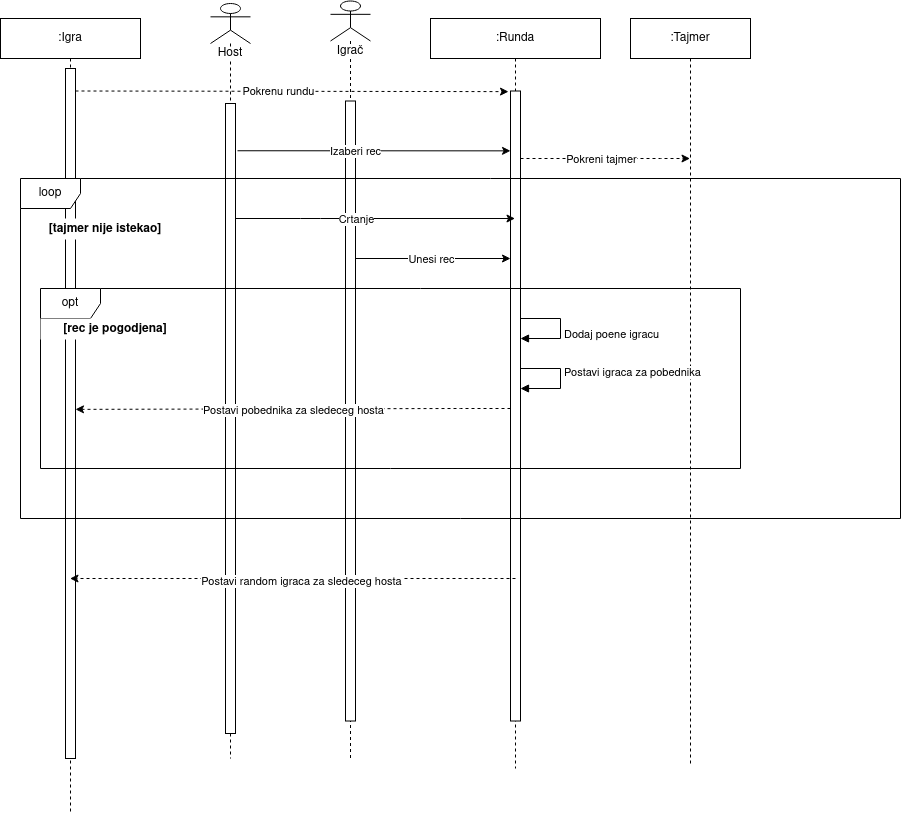
Before: specifikacija/Igranje_runde.drawio.png, a diagram exported from draw.io (JelenaBondzic/GuessMyDrawing). Source tidied: cells renumbered, new cells last; positions are measured from the earlier drawing's top-left corner, leaving out a move shared by most shapes. Its diagram source:
```xml
<mxGraphModel>
  <root>
    <mxCell id="0" />
    <mxCell id="1" parent="0" />
    <mxCell id="2" value="&lt;span style=&quot;background-color: rgb(255 , 255 , 255)&quot;&gt;Igrač&lt;/span&gt;" style="shape=umlLifeline;participant=umlActor;perimeter=lifelinePerimeter;whiteSpace=wrap;html=1;verticalAlign=top;spacingTop=36;" parent="1" vertex="1">
      <mxGeometry x="330" y="0.5" width="40" height="760" as="geometry" />
    </mxCell>
    <mxCell id="3" style="html=1;points=[];perimeter=orthogonalPerimeter;" parent="2" vertex="1">
      <mxGeometry x="15" y="100" width="10" height="620" as="geometry" />
    </mxCell>
    <mxCell id="4" value=":Runda" style="shape=umlLifeline;perimeter=lifelinePerimeter;whiteSpace=wrap;html=1;outlineConnect=0;size=40;" parent="1" vertex="1">
      <mxGeometry x="430" y="18" width="170" height="750" as="geometry" />
    </mxCell>
    <mxCell id="5" value="&lt;span style=&quot;background-color: rgb(255 , 255 , 255)&quot;&gt;Host&lt;/span&gt;" style="shape=umlLifeline;participant=umlActor;perimeter=lifelinePerimeter;whiteSpace=wrap;html=1;verticalAlign=top;spacingTop=36;" parent="1" vertex="1">
      <mxGeometry x="210" y="3" width="40" height="755" as="geometry" />
    </mxCell>
    <mxCell id="6" style="html=1;points=[];perimeter=orthogonalPerimeter;" parent="5" vertex="1">
      <mxGeometry x="15" y="100" width="10" height="630" as="geometry" />
    </mxCell>
    <mxCell id="7" style="endArrow=classic;html=1;rounded=0;exitX=1.2;exitY=0.075;exitDx=0;exitDy=0;exitPerimeter=0;entryX=0;entryY=0.095;entryDx=0;entryDy=0;entryPerimeter=0;" parent="1" edge="1" source="6" target="15">
      <mxGeometry relative="1" as="geometry" />
    </mxCell>
    <mxCell id="8" value="Izaberi rec" style="edgeLabel;html=1;align=center;verticalAlign=middle;" parent="7" vertex="1">
      <mxGeometry x="-0.36" relative="1" as="geometry">
        <mxPoint x="31" as="offset" />
      </mxGeometry>
    </mxCell>
    <mxCell id="9" value=":Tajmer" style="shape=umlLifeline;perimeter=lifelinePerimeter;whiteSpace=wrap;html=1;outlineConnect=0;size=40;" parent="1" vertex="1">
      <mxGeometry x="630" y="18" width="120" height="745" as="geometry" />
    </mxCell>
    <mxCell id="10" style="endArrow=classic;html=1;rounded=0;startArrow=none;dashed=1;" parent="1" edge="1" source="15" target="9">
      <mxGeometry relative="1" as="geometry">
        <Array as="points">
          <mxPoint x="520" y="158" />
          <mxPoint x="660" y="158" />
        </Array>
      </mxGeometry>
    </mxCell>
    <mxCell id="11" value=":Igra" style="shape=umlLifeline;perimeter=lifelinePerimeter;whiteSpace=wrap;html=1;outlineConnect=0;size=40;" parent="1" vertex="1">
      <mxGeometry y="18" width="140" height="795" as="geometry" />
    </mxCell>
    <mxCell id="12" style="html=1;points=[];perimeter=orthogonalPerimeter;" parent="11" vertex="1">
      <mxGeometry x="65" y="50" width="10" height="690" as="geometry" />
    </mxCell>
    <mxCell id="13" style="endArrow=classic;html=1;rounded=0;exitX=1.2;exitY=0.075;exitDx=0;exitDy=0;exitPerimeter=0;entryX=-0.2;entryY=0.001;entryDx=0;entryDy=0;entryPerimeter=0;dashed=1;" parent="11" edge="1" target="15">
      <mxGeometry relative="1" as="geometry">
        <mxPoint x="75" y="72.5" as="sourcePoint" />
      </mxGeometry>
    </mxCell>
    <mxCell id="14" value="Pokrenu rundu" style="edgeLabel;html=1;align=center;verticalAlign=middle;" parent="13" vertex="1">
      <mxGeometry x="-0.36" relative="1" as="geometry">
        <mxPoint x="65" as="offset" />
      </mxGeometry>
    </mxCell>
    <mxCell id="15" style="html=1;points=[];perimeter=orthogonalPerimeter;" parent="1" vertex="1">
      <mxGeometry x="510" y="90.5" width="10" height="630" as="geometry" />
    </mxCell>
    <mxCell id="16" style="endArrow=none;html=1;rounded=0;" parent="1" edge="1" source="4" target="15">
      <mxGeometry relative="1" as="geometry" />
    </mxCell>
    <mxCell id="17" value="Pokreni tajmer" style="edgeLabel;html=1;align=center;verticalAlign=middle;" parent="16" vertex="1">
      <mxGeometry x="-0.36" relative="1" as="geometry">
        <mxPoint x="86" y="68" as="offset" />
      </mxGeometry>
    </mxCell>
    <mxCell id="18" value="loop" style="shape=umlFrame;whiteSpace=wrap;html=1;" parent="1" vertex="1">
      <mxGeometry x="20" y="178" width="880" height="340" as="geometry" />
    </mxCell>
    <mxCell id="19" value="&lt;b&gt;[tajmer nije istekao]&lt;/b&gt;" style="text;html=1;align=center;verticalAlign=middle;whiteSpace=wrap;rounded=0;fillColor=default;" parent="1" vertex="1">
      <mxGeometry x="30" y="218" width="150" height="21" as="geometry" />
    </mxCell>
    <mxCell id="20" style="endArrow=classic;html=1;rounded=0;" parent="1" edge="1" source="6" target="4">
      <mxGeometry relative="1" as="geometry">
        <Array as="points">
          <mxPoint x="300" y="218" />
          <mxPoint x="320" y="218" />
        </Array>
      </mxGeometry>
    </mxCell>
    <mxCell id="21" value="Crtanje" style="edgeLabel;html=1;align=center;verticalAlign=middle;" parent="20" vertex="1">
      <mxGeometry x="-0.04" y="-2" relative="1" as="geometry">
        <mxPoint x="-15" y="-2" as="offset" />
      </mxGeometry>
    </mxCell>
    <mxCell id="22" style="endArrow=classic;html=1;rounded=0;" parent="1" edge="1" source="3">
      <mxGeometry relative="1" as="geometry">
        <mxPoint x="510" y="258" as="targetPoint" />
        <Array as="points">
          <mxPoint x="430" y="258" />
        </Array>
      </mxGeometry>
    </mxCell>
    <mxCell id="23" value="Unesi rec" style="edgeLabel;html=1;align=center;verticalAlign=middle;" parent="22" vertex="1">
      <mxGeometry x="0.15" y="4" relative="1" as="geometry">
        <mxPoint x="-14" y="4" as="offset" />
      </mxGeometry>
    </mxCell>
    <mxCell id="24" style="endArrow=classic;html=1;rounded=0;dashed=1;" parent="1" edge="1" target="11">
      <mxGeometry relative="1" as="geometry">
        <mxPoint x="515" y="578" as="sourcePoint" />
      </mxGeometry>
    </mxCell>
    <mxCell id="25" value="Postavi random igraca za sledeceg hosta" style="edgeLabel;html=1;align=center;verticalAlign=middle;" parent="24" vertex="1">
      <mxGeometry x="-0.1" y="2" relative="1" as="geometry">
        <mxPoint x="-14" as="offset" />
      </mxGeometry>
    </mxCell>
    <mxCell id="26" value="opt" style="shape=umlFrame;whiteSpace=wrap;html=1;" parent="1" vertex="1">
      <mxGeometry x="40" y="288" width="700" height="180" as="geometry" />
    </mxCell>
    <mxCell id="27" value="&lt;b&gt;[rec je pogodjena]&lt;/b&gt;" style="text;html=1;align=center;verticalAlign=middle;whiteSpace=wrap;rounded=0;fillColor=default;" parent="1" vertex="1">
      <mxGeometry x="40" y="318" width="150" height="21" as="geometry" />
    </mxCell>
    <mxCell id="28" value="&lt;br&gt;Dodaj poene igracu" style="edgeStyle=orthogonalEdgeStyle;html=1;align=left;spacingLeft=2;endArrow=block;rounded=0;" parent="1" edge="1">
      <mxGeometry relative="1" as="geometry">
        <mxPoint x="520" y="318" as="sourcePoint" />
        <mxPoint x="520" y="338" as="targetPoint" />
        <Array as="points">
          <mxPoint x="560" y="318" />
          <mxPoint x="560" y="338" />
        </Array>
      </mxGeometry>
    </mxCell>
    <mxCell id="29" value="Postavi igraca za pobednika" style="edgeStyle=orthogonalEdgeStyle;html=1;align=left;spacingLeft=2;endArrow=block;rounded=0;" parent="1" edge="1">
      <mxGeometry relative="1" as="geometry">
        <mxPoint x="520" y="380.5" as="sourcePoint" />
        <mxPoint x="520" y="388" as="targetPoint" />
        <Array as="points">
          <mxPoint x="520" y="368" />
          <mxPoint x="560" y="368" />
          <mxPoint x="560" y="388" />
        </Array>
      </mxGeometry>
    </mxCell>
    <mxCell id="30" style="endArrow=classic;html=1;rounded=0;dashed=1;entryX=1;entryY=0.494;entryDx=0;entryDy=0;entryPerimeter=0;" parent="1" edge="1" source="15" target="12">
      <mxGeometry relative="1" as="geometry">
        <Array as="points">
          <mxPoint x="460" y="408" />
        </Array>
      </mxGeometry>
    </mxCell>
    <mxCell id="31" value="Postavi pobednika za sledeceg hosta" style="edgeLabel;html=1;align=center;verticalAlign=middle;" parent="30" vertex="1">
      <mxGeometry y="1" relative="1" as="geometry" />
    </mxCell>
  </root>
</mxGraphModel>
```
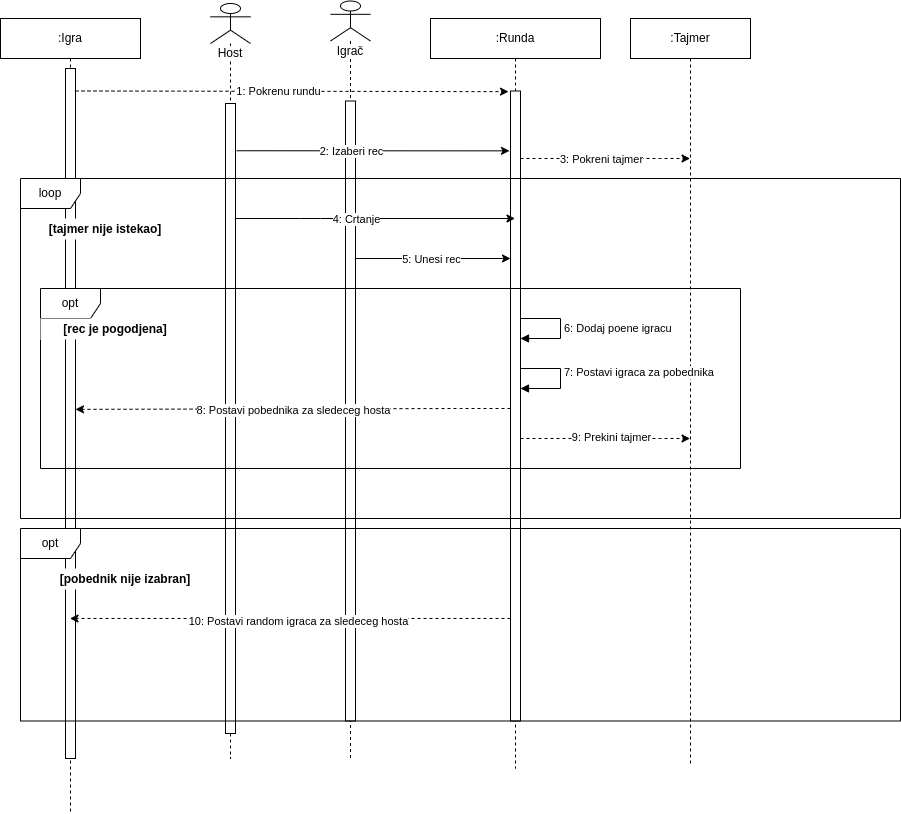
The same file after the commit.

Commit message:
Updated project specification. Updated use case diagram for playing one round.

What changed in the source:
```diff
@@ -17,12 +17,15 @@
     <mxCell id="6" style="html=1;points=[];perimeter=orthogonalPerimeter;" parent="5" vertex="1">
       <mxGeometry x="15" y="100" width="10" height="630" as="geometry" />
     </mxCell>
-    <mxCell id="7" style="endArrow=classic;html=1;rounded=0;exitX=1.2;exitY=0.075;exitDx=0;exitDy=0;exitPerimeter=0;entryX=0;entryY=0.095;entryDx=0;entryDy=0;entryPerimeter=0;" parent="1" edge="1" source="6" target="15">
-      <mxGeometry relative="1" as="geometry" />
+    <mxCell id="7" style="endArrow=classic;html=1;rounded=0;exitX=1.2;exitY=0.075;exitDx=0;exitDy=0;exitPerimeter=0;entryX=0;entryY=0.095;entryDx=0;entryDy=0;entryPerimeter=0;" parent="1" edge="1">
+      <mxGeometry relative="1" as="geometry">
+        <mxPoint x="236" y="150.2" as="sourcePoint" />
+        <mxPoint x="509" y="150.4" as="targetPoint" />
+      </mxGeometry>
     </mxCell>
-    <mxCell id="8" value="Izaberi rec" style="edgeLabel;html=1;align=center;verticalAlign=middle;" parent="7" vertex="1">
+    <mxCell id="8" value="2: Izaberi rec" style="edgeLabel;html=1;align=center;verticalAlign=middle;" parent="7" vertex="1">
       <mxGeometry x="-0.36" relative="1" as="geometry">
-        <mxPoint x="31" as="offset" />
+        <mxPoint x="28" as="offset" />
       </mxGeometry>
     </mxCell>
     <mxCell id="9" value=":Tajmer" style="shape=umlLifeline;perimeter=lifelinePerimeter;whiteSpace=wrap;html=1;outlineConnect=0;size=40;" parent="1" vertex="1">
@@ -47,7 +50,7 @@
         <mxPoint x="75" y="72.5" as="sourcePoint" />
       </mxGeometry>
     </mxCell>
-    <mxCell id="14" value="Pokrenu rundu" style="edgeLabel;html=1;align=center;verticalAlign=middle;" parent="13" vertex="1">
+    <mxCell id="14" value="1: Pokrenu rundu" style="edgeLabel;html=1;align=center;verticalAlign=middle;" parent="13" vertex="1">
       <mxGeometry x="-0.36" relative="1" as="geometry">
         <mxPoint x="65" as="offset" />
       </mxGeometry>
@@ -58,7 +61,7 @@
     <mxCell id="16" style="endArrow=none;html=1;rounded=0;" parent="1" edge="1" source="4" target="15">
       <mxGeometry relative="1" as="geometry" />
     </mxCell>
-    <mxCell id="17" value="Pokreni tajmer" style="edgeLabel;html=1;align=center;verticalAlign=middle;" parent="16" vertex="1">
+    <mxCell id="17" value="3: Pokreni tajmer" style="edgeLabel;html=1;align=center;verticalAlign=middle;" parent="16" vertex="1">
       <mxGeometry x="-0.36" relative="1" as="geometry">
         <mxPoint x="86" y="68" as="offset" />
       </mxGeometry>
@@ -77,7 +80,7 @@
         </Array>
       </mxGeometry>
     </mxCell>
-    <mxCell id="21" value="Crtanje" style="edgeLabel;html=1;align=center;verticalAlign=middle;" parent="20" vertex="1">
+    <mxCell id="21" value="4: Crtanje" style="edgeLabel;html=1;align=center;verticalAlign=middle;" parent="20" vertex="1">
       <mxGeometry x="-0.04" y="-2" relative="1" as="geometry">
         <mxPoint x="-15" y="-2" as="offset" />
       </mxGeometry>
@@ -90,17 +93,19 @@
         </Array>
       </mxGeometry>
     </mxCell>
-    <mxCell id="23" value="Unesi rec" style="edgeLabel;html=1;align=center;verticalAlign=middle;" parent="22" vertex="1">
+    <mxCell id="23" value="5: Unesi rec" style="edgeLabel;html=1;align=center;verticalAlign=middle;" parent="22" vertex="1">
       <mxGeometry x="0.15" y="4" relative="1" as="geometry">
         <mxPoint x="-14" y="4" as="offset" />
       </mxGeometry>
     </mxCell>
-    <mxCell id="24" style="endArrow=classic;html=1;rounded=0;dashed=1;" parent="1" edge="1" target="11">
+    <mxCell id="24" style="endArrow=classic;html=1;rounded=0;dashed=1;" parent="1" edge="1" source="15" target="11">
       <mxGeometry relative="1" as="geometry">
-        <mxPoint x="515" y="578" as="sourcePoint" />
+        <Array as="points">
+          <mxPoint x="440" y="618" />
+        </Array>
       </mxGeometry>
     </mxCell>
-    <mxCell id="25" value="Postavi random igraca za sledeceg hosta" style="edgeLabel;html=1;align=center;verticalAlign=middle;" parent="24" vertex="1">
+    <mxCell id="25" value="10: Postavi random igraca za sledeceg hosta" style="edgeLabel;html=1;align=center;verticalAlign=middle;" parent="24" vertex="1">
       <mxGeometry x="-0.1" y="2" relative="1" as="geometry">
         <mxPoint x="-14" as="offset" />
       </mxGeometry>
@@ -111,7 +116,7 @@
     <mxCell id="27" value="&lt;b&gt;[rec je pogodjena]&lt;/b&gt;" style="text;html=1;align=center;verticalAlign=middle;whiteSpace=wrap;rounded=0;fillColor=default;" parent="1" vertex="1">
       <mxGeometry x="40" y="318" width="150" height="21" as="geometry" />
     </mxCell>
-    <mxCell id="28" value="&lt;br&gt;Dodaj poene igracu" style="edgeStyle=orthogonalEdgeStyle;html=1;align=left;spacingLeft=2;endArrow=block;rounded=0;" parent="1" edge="1">
+    <mxCell id="28" value="6:&amp;nbsp;Dodaj poene igracu" style="edgeStyle=orthogonalEdgeStyle;html=1;align=left;spacingLeft=2;endArrow=block;rounded=0;" parent="1" edge="1">
       <mxGeometry relative="1" as="geometry">
         <mxPoint x="520" y="318" as="sourcePoint" />
         <mxPoint x="520" y="338" as="targetPoint" />
@@ -121,7 +126,7 @@
         </Array>
       </mxGeometry>
     </mxCell>
-    <mxCell id="29" value="Postavi igraca za pobednika" style="edgeStyle=orthogonalEdgeStyle;html=1;align=left;spacingLeft=2;endArrow=block;rounded=0;" parent="1" edge="1">
+    <mxCell id="29" value="7: Postavi igraca za pobednika" style="edgeStyle=orthogonalEdgeStyle;html=1;align=left;spacingLeft=2;endArrow=block;rounded=0;" parent="1" edge="1">
       <mxGeometry relative="1" as="geometry">
         <mxPoint x="520" y="380.5" as="sourcePoint" />
         <mxPoint x="520" y="388" as="targetPoint" />
@@ -139,8 +144,27 @@
         </Array>
       </mxGeometry>
     </mxCell>
-    <mxCell id="31" value="Postavi pobednika za sledeceg hosta" style="edgeLabel;html=1;align=center;verticalAlign=middle;" parent="30" vertex="1">
+    <mxCell id="31" value="8: Postavi pobednika za sledeceg hosta" style="edgeLabel;html=1;align=center;verticalAlign=middle;" parent="30" vertex="1">
       <mxGeometry y="1" relative="1" as="geometry" />
     </mxCell>
+    <mxCell id="32" value="opt" style="shape=umlFrame;whiteSpace=wrap;html=1;" parent="1" vertex="1">
+      <mxGeometry x="20" y="528" width="880" height="192.5" as="geometry" />
+    </mxCell>
+    <mxCell id="33" value="&lt;b&gt;[pobednik nije izabran]&lt;/b&gt;" style="text;html=1;align=center;verticalAlign=middle;whiteSpace=wrap;rounded=0;fillColor=default;" parent="1" vertex="1">
+      <mxGeometry x="50" y="568" width="150" height="21" as="geometry" />
+    </mxCell>
+    <mxCell id="34" style="endArrow=classic;html=1;rounded=0;startArrow=none;dashed=1;" parent="1" edge="1">
+      <mxGeometry relative="1" as="geometry">
+        <mxPoint x="520" y="438" as="sourcePoint" />
+        <mxPoint x="689.5" y="438" as="targetPoint" />
+        <Array as="points">
+          <mxPoint x="520" y="438" />
+          <mxPoint x="660" y="438" />
+        </Array>
+      </mxGeometry>
+    </mxCell>
+    <mxCell id="35" value="9: Prekini tajmer" style="edgeLabel;html=1;align=center;verticalAlign=middle;" parent="34" vertex="1">
+      <mxGeometry x="0.07" y="2" relative="1" as="geometry" />
+    </mxCell>
   </root>
 </mxGraphModel>
```
